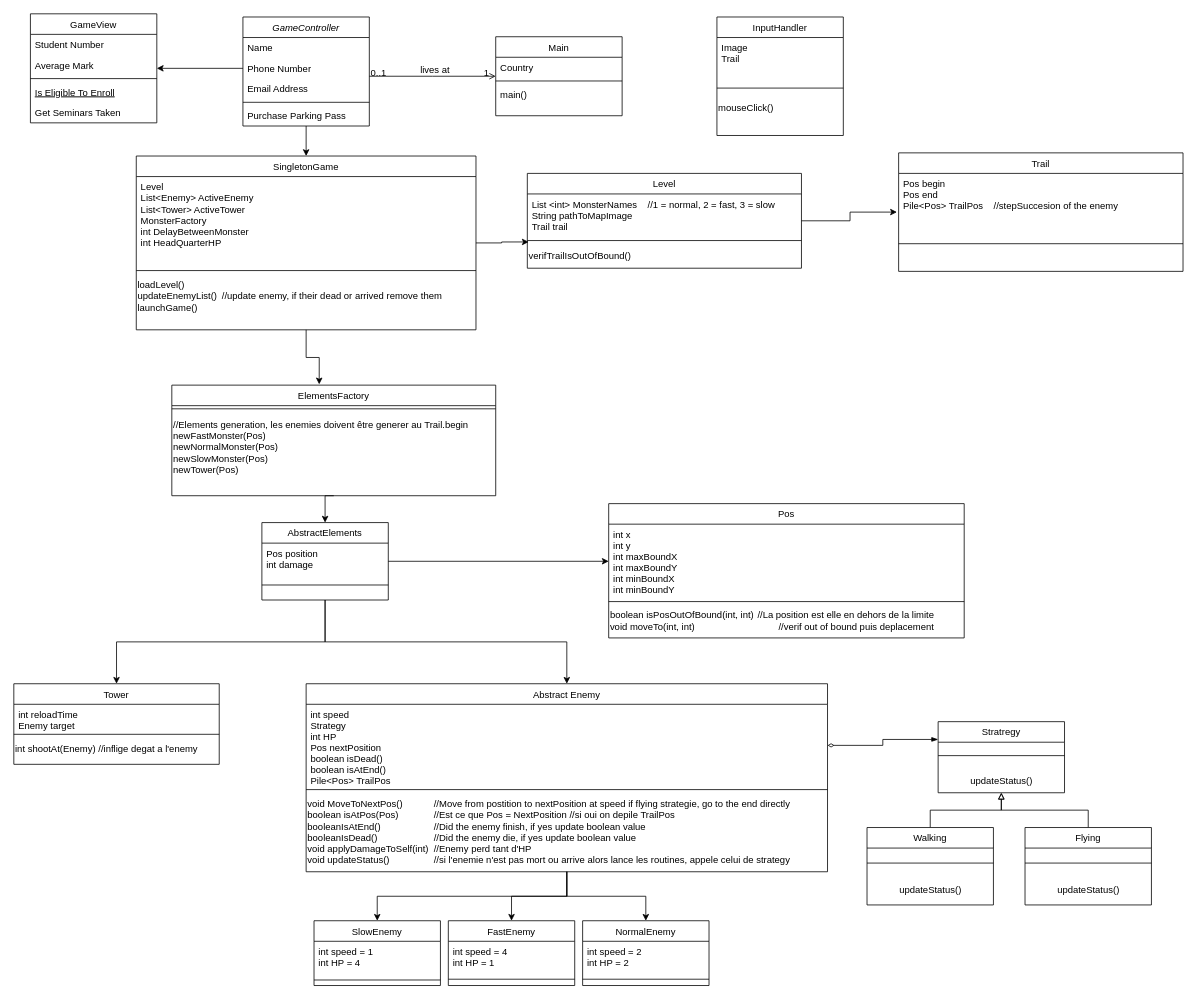
Before: Doc/Diagramme sans nom.drawio in TalbiCome/TowerDefense, a draw.io diagram. Source tidied: cells renumbered, new cells numbered last; positions are measured from the earlier drawing's top-left corner, leaving out a move shared by most shapes. Both pictures are drawn from the tidied source at 79%, with x=0, y=0 at pixel (13, 13).
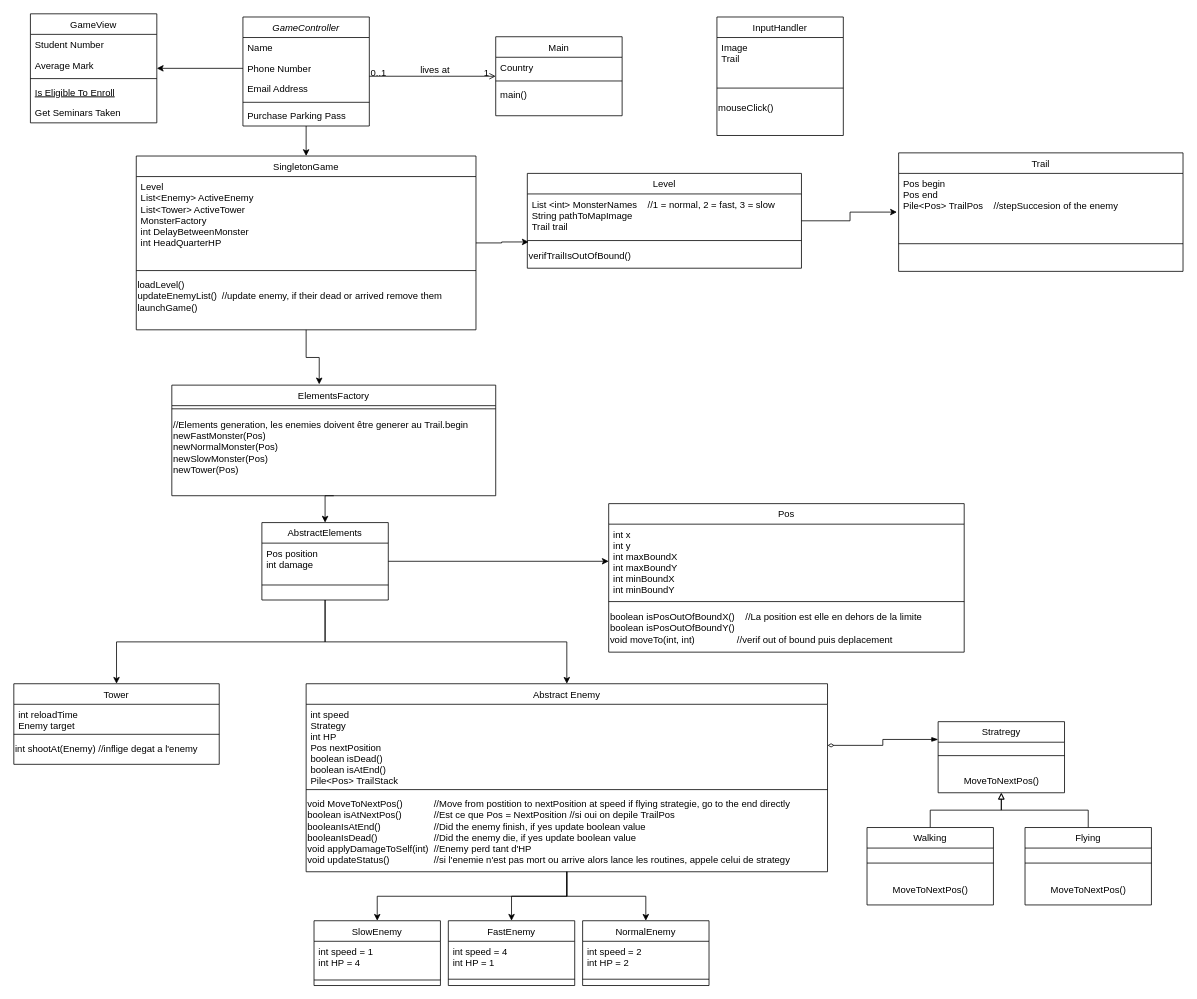
The same diagram, later.

Commit message (it also covers changes not shown here):
Mettre à jour Diagramme sans nom.drawio

The change refers to these unchanged cells:
```xml
<mxCell id="34" value="Abstract Enemy" style="swimlane;fontStyle=0;align=center;verticalAlign=top;horizontal=1;startSize=26;rounded=0;shadow=0;strokeWidth=1;" parent="1" vertex="1">
  <mxGeometry x="370" y="848" width="660" height="238" as="geometry" />
</mxCell>
<mxCell id="76" value="Stratregy" style="swimlane;fontStyle=0;align=center;verticalAlign=top;horizontal=1;startSize=26;rounded=0;shadow=0;strokeWidth=1;" parent="1" vertex="1">
  <mxGeometry x="1170" y="896" width="160" height="90" as="geometry" />
</mxCell>
<mxCell id="81" value="Flying" style="swimlane;fontStyle=0;align=center;verticalAlign=top;horizontal=1;startSize=26;rounded=0;shadow=0;strokeWidth=1;" parent="1" vertex="1">
  <mxGeometry x="1280" y="1030" width="160" height="98" as="geometry" />
</mxCell>
<mxCell id="85" value="Walking" style="swimlane;fontStyle=0;align=center;verticalAlign=top;horizontal=1;startSize=26;rounded=0;shadow=0;strokeWidth=1;" parent="1" vertex="1">
  <mxGeometry x="1080" y="1030" width="160" height="98" as="geometry" />
</mxCell>
```

Change to the diagram source:
```diff
@@
-    <mxCell id="35" value="int speed&#10;Strategy&#10;int HP&#10;Pos nextPosition&#10;boolean isDead()&#10;boolean isAtEnd()&#10;Pile&lt;Pos&gt; TrailPos" style="text;align=left;verticalAlign=top;spacingLeft=4;spacingRight=4;overflow=hidden;points=[[0,0.5],[1,0.5]];portConstraint=eastwest;" parent="34" vertex="1">
+    <mxCell id="35" value="int speed&#10;Strategy&#10;int HP&#10;Pos nextPosition&#10;boolean isDead()&#10;boolean isAtEnd()&#10;Pile&lt;Pos&gt; TrailStack" style="text;align=left;verticalAlign=top;spacingLeft=4;spacingRight=4;overflow=hidden;points=[[0,0.5],[1,0.5]];portConstraint=eastwest;" parent="34" vertex="1">
       <mxGeometry y="26" width="660" height="104" as="geometry" />
     </mxCell>
@@
-    <mxCell id="37" value="&lt;div align=&quot;left&quot;&gt;void MoveToNextPos() &lt;span style=&quot;white-space: pre;&quot;&gt;&#9;&lt;span style=&quot;white-space: pre;&quot;&gt;&#9;&lt;/span&gt;&lt;/span&gt;//Move from postition to nextPosition at speed if flying strategie, go to the end directly&lt;br&gt;&lt;/div&gt;&lt;div align=&quot;left&quot;&gt;boolean isAtPos(Pos) &lt;span style=&quot;white-space: pre;&quot;&gt;&#9;&lt;/span&gt;&lt;span style=&quot;white-space: pre;&quot;&gt;&#9;&lt;/span&gt;//Est ce que Pos = NextPosition //si oui on depile TrailPos&lt;/div&gt;&lt;div align=&quot;left&quot;&gt;booleanIsAtEnd()&lt;span style=&quot;white-space: pre;&quot;&gt;&#9;&lt;/span&gt;&lt;span style=&quot;white-space: pre;&quot;&gt;&#9;&lt;/span&gt;&lt;span style=&quot;white-space: pre;&quot;&gt;&#9;&lt;/span&gt;//Did the enemy finish, if yes update boolean value&lt;/div&gt;&lt;div align=&quot;left&quot;&gt;booleanIsDead()&lt;span style=&quot;white-space: pre;&quot;&gt;&#9;&lt;/span&gt;&lt;span style=&quot;white-space: pre;&quot;&gt;&#9;&lt;/span&gt;&lt;span style=&quot;white-space: pre;&quot;&gt;&#9;&lt;/span&gt;//Did the enemy die, if yes update boolean value&lt;br&gt;&lt;/div&gt;&lt;div&gt;void applyDamageToSelf(int)&lt;span style=&quot;white-space: pre;&quot;&gt;&#9;&lt;/span&gt;//Enemy perd tant d'HP&lt;/div&gt;&lt;div&gt;void updateStatus()&lt;span style=&quot;white-space: pre;&quot;&gt;&#9;&lt;/span&gt;&lt;span style=&quot;white-space: pre;&quot;&gt;&#9;&lt;/span&gt;&lt;span style=&quot;white-space: pre;&quot;&gt;&#9;&lt;/span&gt;//si l'enemie n'est pas mort ou arrive alors lance les routines, appele celui de strategy&lt;br&gt;&lt;/div&gt;" style="text;html=1;align=left;verticalAlign=middle;strokeColor=none;fillColor=none;" parent="34" vertex="1">
+    <mxCell id="37" value="&lt;div align=&quot;left&quot;&gt;void MoveToNextPos() &lt;span style=&quot;white-space: pre;&quot;&gt;&#9;&lt;span style=&quot;white-space: pre;&quot;&gt;&#9;&lt;/span&gt;&lt;/span&gt;//Move from postition to nextPosition at speed if flying strategie, go to the end directly&lt;br&gt;&lt;/div&gt;&lt;div align=&quot;left&quot;&gt;boolean isAtNextPos() &lt;span style=&quot;white-space: pre;&quot;&gt;&#9;&lt;/span&gt;&lt;span style=&quot;white-space: pre;&quot;&gt;&#9;&lt;/span&gt;//Est ce que Pos = NextPosition //si oui on depile TrailPos&lt;/div&gt;&lt;div align=&quot;left&quot;&gt;booleanIsAtEnd()&lt;span style=&quot;white-space: pre;&quot;&gt;&#9;&lt;/span&gt;&lt;span style=&quot;white-space: pre;&quot;&gt;&#9;&lt;/span&gt;&lt;span style=&quot;white-space: pre;&quot;&gt;&#9;&lt;/span&gt;//Did the enemy finish, if yes update boolean value&lt;/div&gt;&lt;div align=&quot;left&quot;&gt;booleanIsDead()&lt;span style=&quot;white-space: pre;&quot;&gt;&#9;&lt;/span&gt;&lt;span style=&quot;white-space: pre;&quot;&gt;&#9;&lt;/span&gt;&lt;span style=&quot;white-space: pre;&quot;&gt;&#9;&lt;/span&gt;//Did the enemy die, if yes update boolean value&lt;br&gt;&lt;/div&gt;&lt;div&gt;void applyDamageToSelf(int)&lt;span style=&quot;white-space: pre;&quot;&gt;&#9;&lt;/span&gt;//Enemy perd tant d'HP&lt;/div&gt;&lt;div&gt;void updateStatus()&lt;span style=&quot;white-space: pre;&quot;&gt;&#9;&lt;/span&gt;&lt;span style=&quot;white-space: pre;&quot;&gt;&#9;&lt;/span&gt;&lt;span style=&quot;white-space: pre;&quot;&gt;&#9;&lt;/span&gt;//si l'enemie n'est pas mort ou arrive alors lance les routines, appele celui de strategy&lt;br&gt;&lt;/div&gt;" style="text;html=1;align=left;verticalAlign=middle;strokeColor=none;fillColor=none;" parent="34" vertex="1">
       <mxGeometry y="138" width="660" height="100" as="geometry" />
     </mxCell>
@@
     <mxCell id="47" value="Pos" style="swimlane;fontStyle=0;align=center;verticalAlign=top;horizontal=1;startSize=26;rounded=0;shadow=0;strokeWidth=1;" parent="1" vertex="1">
-      <mxGeometry x="753" y="620" width="450" height="170" as="geometry" />
+      <mxGeometry x="753" y="620" width="450" height="188" as="geometry" />
     </mxCell>
@@
-    <mxCell id="50" value="&lt;div&gt;boolean isPosOutOfBound(int, int)&lt;span style=&quot;white-space: pre;&quot;&gt;&#9;&lt;/span&gt;//La position est elle en dehors de la limite&lt;/div&gt;&lt;div&gt;void moveTo(int, int)&lt;span style=&quot;white-space: pre;&quot;&gt;&#9;&lt;/span&gt;&lt;span style=&quot;white-space: pre;&quot;&gt;&#9;&lt;/span&gt;&lt;span style=&quot;white-space: pre;&quot;&gt;&#9;&lt;/span&gt;&lt;span style=&quot;white-space: pre;&quot;&gt;&#9;&lt;/span&gt;//verif out of bound puis deplacement&lt;br&gt;&lt;/div&gt;" style="text;html=1;align=left;verticalAlign=middle;strokeColor=none;fillColor=none;" parent="47" vertex="1">
-      <mxGeometry y="128" width="450" height="40" as="geometry" />
+    <mxCell id="50" value="&lt;div&gt;boolean isPosOutOfBoundX()&lt;span style=&quot;&quot;&gt;&lt;span style=&quot;white-space: pre;&quot;&gt;&amp;nbsp;&amp;nbsp;&amp;nbsp;&amp;nbsp;&lt;/span&gt;&lt;/span&gt;//La position est elle en dehors de la limite&lt;/div&gt;&lt;div&gt;boolean isPosOutOfBoundY()&lt;span style=&quot;white-space: pre;&quot;&gt;&amp;nbsp;&amp;nbsp;&amp;nbsp;&amp;nbsp;&lt;/span&gt;&lt;/div&gt;&lt;div&gt;void moveTo(int, int)&lt;span style=&quot;&quot;&gt;&lt;span style=&quot;white-space: pre;&quot;&gt;&amp;nbsp;&amp;nbsp;&amp;nbsp;&amp;nbsp;&lt;/span&gt;&lt;/span&gt;&lt;span style=&quot;&quot;&gt;&lt;span style=&quot;white-space: pre;&quot;&gt;&amp;nbsp;&amp;nbsp;&amp;nbsp;&amp;nbsp;&lt;/span&gt;&lt;/span&gt;&lt;span style=&quot;&quot;&gt;&lt;span style=&quot;white-space: pre;&quot;&gt;&amp;nbsp;&amp;nbsp;&amp;nbsp;&amp;nbsp;&lt;/span&gt;&lt;/span&gt;&lt;span style=&quot;&quot;&gt;&lt;span style=&quot;white-space: pre;&quot;&gt;&amp;nbsp;&amp;nbsp;&amp;nbsp;&amp;nbsp;&lt;/span&gt;&lt;/span&gt;//verif out of bound puis deplacement&lt;br&gt;&lt;/div&gt;" style="text;html=1;align=left;verticalAlign=middle;strokeColor=none;fillColor=none;" parent="47" vertex="1">
+      <mxGeometry y="128" width="450" height="60" as="geometry" />
     </mxCell>
@@
-    <mxCell id="78" value="updateStatus()" style="text;html=1;align=center;verticalAlign=middle;strokeColor=none;fillColor=none;" parent="76" vertex="1">
+    <mxCell id="78" value="MoveToNextPos()" style="text;html=1;align=center;verticalAlign=middle;strokeColor=none;fillColor=none;" parent="76" vertex="1">
       <mxGeometry y="60" width="160" height="30" as="geometry" />
     </mxCell>
@@
-    <mxCell id="83" value="updateStatus()" style="text;html=1;align=center;verticalAlign=middle;strokeColor=none;fillColor=none;" parent="81" vertex="1">
+    <mxCell id="83" value="MoveToNextPos()" style="text;html=1;align=center;verticalAlign=middle;strokeColor=none;fillColor=none;" parent="81" vertex="1">
       <mxGeometry y="64" width="160" height="30" as="geometry" />
     </mxCell>
@@
-    <mxCell id="87" value="updateStatus()" style="text;html=1;align=center;verticalAlign=middle;strokeColor=none;fillColor=none;" parent="85" vertex="1">
+    <mxCell id="87" value="MoveToNextPos()" style="text;html=1;align=center;verticalAlign=middle;strokeColor=none;fillColor=none;" parent="85" vertex="1">
       <mxGeometry y="64" width="160" height="30" as="geometry" />
     </mxCell>
```
